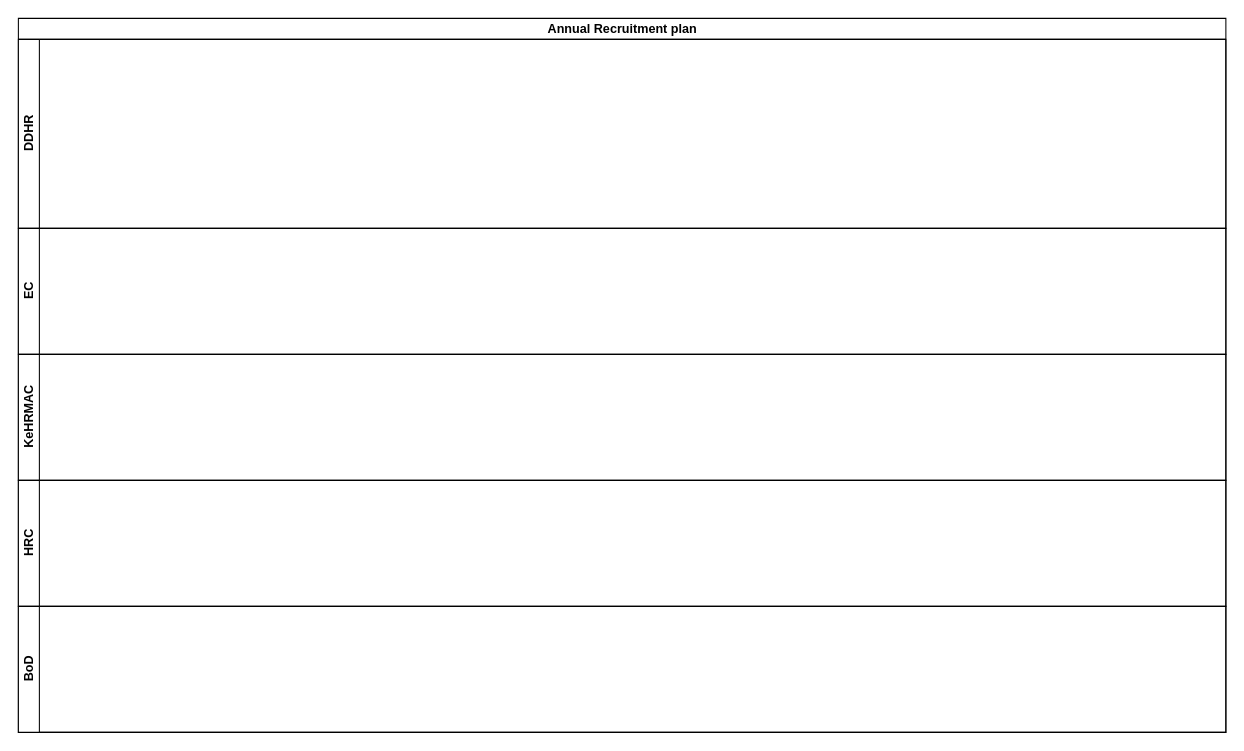
kmagua/flowcharts keeps this draw.io diagram as KEFRI - Annual Recruitment Plan.drawio. Above is the earlier version. Source tidied: cells renumbered, new cells numbered last; positions are measured from the earlier drawing's top-left corner, leaving out a move shared by most shapes. Both pictures are drawn from the tidied source at 105%, with x=0, y=0 at pixel (18, 18).
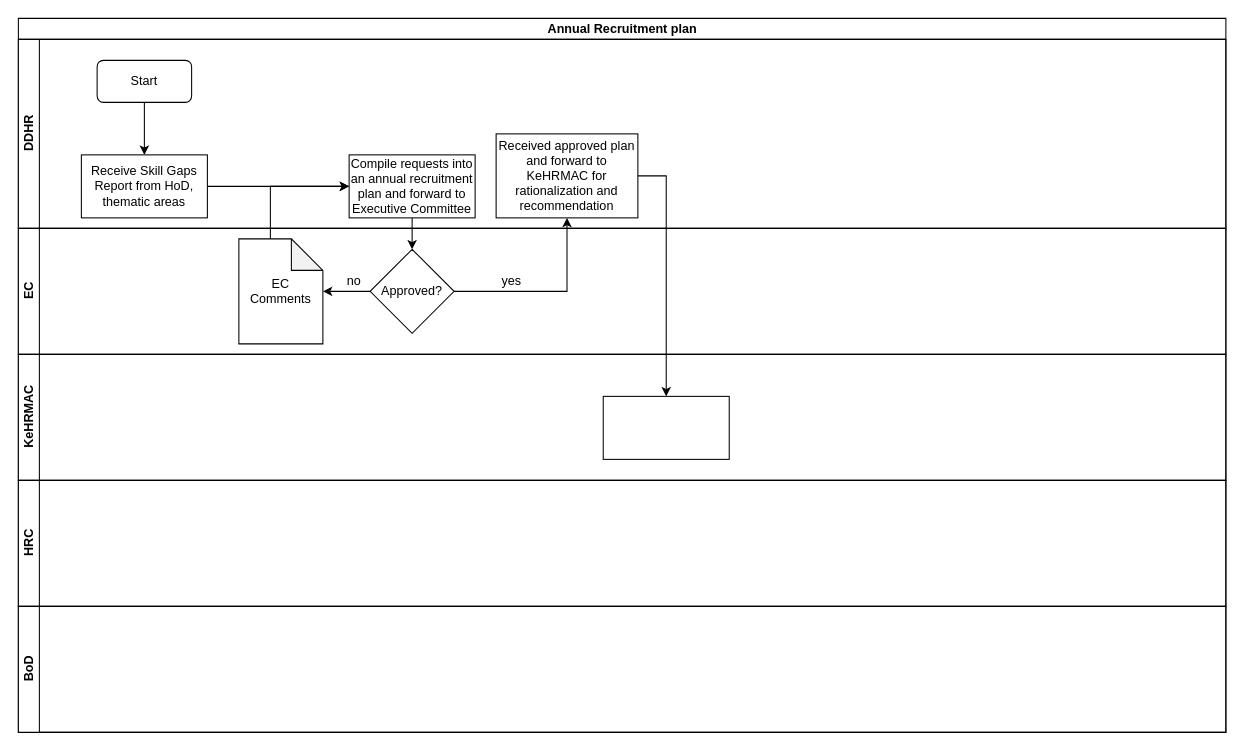
The same page after the edit.

Unchanged cells that the change refers to:
```xml
<mxCell id="2" value="Annual Recruitment plan" style="swimlane;html=1;horizontal=1;startSize=20;" parent="1" vertex="1">
  <mxGeometry width="1150" height="680" as="geometry" />
</mxCell>
<mxCell id="3" value="DDHR" style="swimlane;html=1;startSize=20;horizontal=0;" parent="2" vertex="1">
  <mxGeometry y="20" width="1150" height="180" as="geometry" />
</mxCell>
<mxCell id="4" value="EC" style="swimlane;html=1;startSize=20;horizontal=0;" parent="2" vertex="1">
  <mxGeometry y="200" width="1150" height="120" as="geometry" />
</mxCell>
<mxCell id="5" value="KeHRMAC" style="swimlane;html=1;startSize=20;horizontal=0;" parent="2" vertex="1">
  <mxGeometry y="320" width="1150" height="120" as="geometry" />
</mxCell>
```

Diff of the diagram source:
```diff
@@
+    <mxCell id="8" value="Start" style="rounded=1;whiteSpace=wrap;html=1;" parent="3" vertex="1">
+      <mxGeometry x="75" y="20" width="90" height="40" as="geometry" />
+    </mxCell>
+    <mxCell id="9" value="Receive Skill Gaps Report from HoD, thematic areas" style="rounded=0;whiteSpace=wrap;html=1;" parent="3" vertex="1">
+      <mxGeometry x="60" y="110" width="120" height="60" as="geometry" />
+    </mxCell>
+    <mxCell id="10" style="edgeStyle=orthogonalEdgeStyle;rounded=0;jettySize=auto;html=1;entryX=0.5;entryY=0;entryDx=0;entryDy=0;" parent="3" edge="1" source="8" target="9">
+      <mxGeometry relative="1" as="geometry" />
+    </mxCell>
+    <mxCell id="11" value="Received approved plan and forward to KeHRMAC for rationalization and recommendation" style="whiteSpace=wrap;html=1;rounded=0;" parent="3" vertex="1">
+      <mxGeometry x="455" y="90" width="135" height="80" as="geometry" />
+    </mxCell>
@@
+    <mxCell id="12" value="Approved?" style="rhombus;whiteSpace=wrap;html=1;rounded=0;" parent="4" vertex="1">
+      <mxGeometry x="335" y="20" width="80" height="80" as="geometry" />
+    </mxCell>
+    <mxCell id="13" value="EC Comments" style="shape=note;whiteSpace=wrap;html=1;backgroundOutline=1;darkOpacity=0.05;" parent="4" vertex="1">
+      <mxGeometry x="210" y="10" width="80" height="100" as="geometry" />
+    </mxCell>
+    <mxCell id="14" style="edgeStyle=orthogonalEdgeStyle;rounded=0;jettySize=auto;html=1;" parent="4" edge="1" source="12" target="13">
+      <mxGeometry relative="1" as="geometry" />
+    </mxCell>
+    <mxCell id="15" value="no" style="text;html=1;strokeColor=none;fillColor=none;align=center;verticalAlign=middle;whiteSpace=wrap;rounded=0;" parent="4" vertex="1">
+      <mxGeometry x="300" y="40" width="40" height="20" as="geometry" />
+    </mxCell>
+    <mxCell id="16" value="yes" style="text;html=1;strokeColor=none;fillColor=none;align=center;verticalAlign=middle;whiteSpace=wrap;rounded=0;" parent="4" vertex="1">
+      <mxGeometry x="450" y="40" width="40" height="20" as="geometry" />
+    </mxCell>
@@
+    <mxCell id="17" style="whiteSpace=wrap;html=1;rounded=0;" parent="5" vertex="1">
+      <mxGeometry x="557" y="40" width="120" height="60" as="geometry" />
+    </mxCell>
@@
+    <mxCell id="18" style="edgeStyle=orthogonalEdgeStyle;rounded=0;jettySize=auto;html=1;" parent="2" edge="1" source="12" target="11">
+      <mxGeometry relative="1" as="geometry" />
+    </mxCell>
+    <mxCell id="19" style="edgeStyle=orthogonalEdgeStyle;rounded=0;jettySize=auto;html=1;entryX=0.5;entryY=0;entryDx=0;entryDy=0;" parent="2" edge="1" source="11" target="17">
+      <mxGeometry relative="1" as="geometry">
+        <Array as="points">
+          <mxPoint x="617" y="150" />
+        </Array>
+      </mxGeometry>
+    </mxCell>
+    <mxCell id="20" style="edgeStyle=orthogonalEdgeStyle;rounded=0;jettySize=auto;html=1;" parent="1" edge="1" source="21" target="12">
+      <mxGeometry relative="1" as="geometry" />
+    </mxCell>
+    <mxCell id="21" value="Compile requests into an annual recruitment plan and forward to Executive Committee" style="whiteSpace=wrap;html=1;rounded=0;" parent="1" vertex="1">
+      <mxGeometry x="315" y="130" width="120" height="60" as="geometry" />
+    </mxCell>
+    <mxCell id="22" style="edgeStyle=orthogonalEdgeStyle;rounded=0;jettySize=auto;html=1;" parent="1" edge="1" source="9" target="21">
+      <mxGeometry relative="1" as="geometry" />
+    </mxCell>
+    <mxCell id="23" style="edgeStyle=orthogonalEdgeStyle;rounded=0;jettySize=auto;html=1;entryX=0;entryY=0.5;entryDx=0;entryDy=0;" parent="1" edge="1" source="13" target="21">
+      <mxGeometry relative="1" as="geometry">
+        <Array as="points">
+          <mxPoint x="240" y="160" />
+        </Array>
+      </mxGeometry>
+    </mxCell>
```
